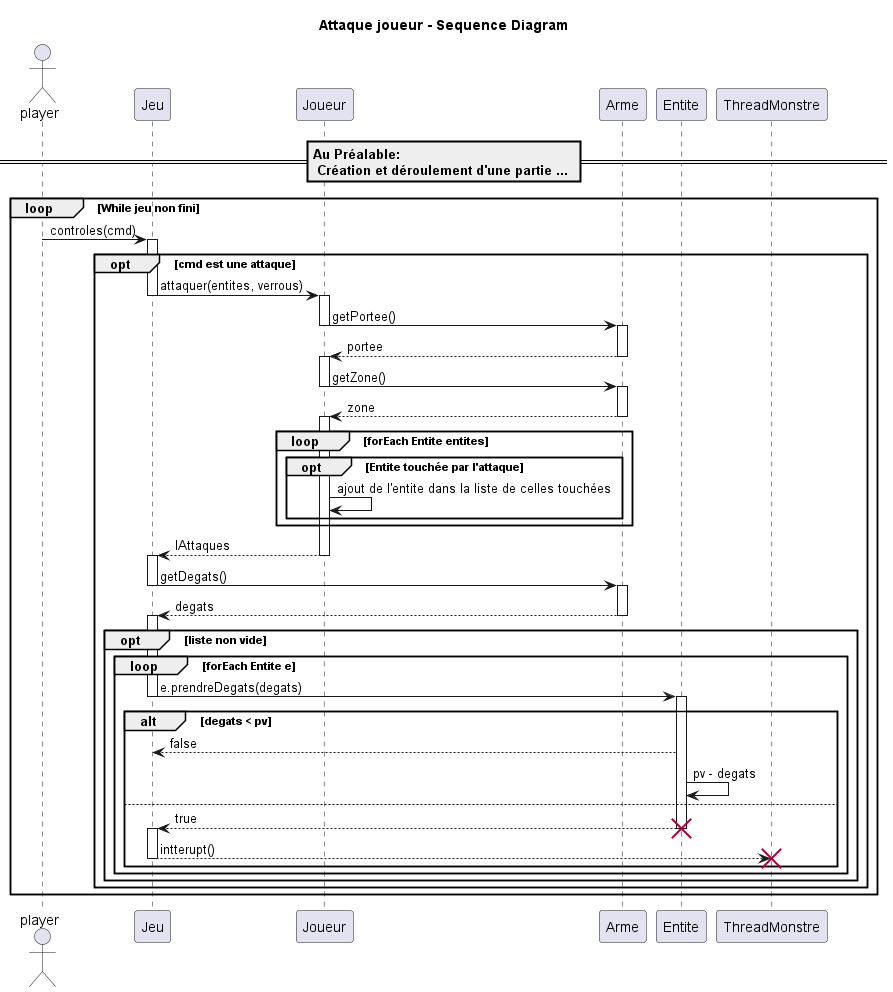
This is documents/sprint_2/diagramme_sequence/diagramme_attaque_joueur.png from rzepka2u/ACL_daedalus, a PlantUML export, as it was before one commit. Source of this version:
```plantuml
@startuml "Attack Player - Sequence Diagram"

title "Attaque joueur - Sequence Diagram"

actor player as player
== Au Préalable:\n Création et déroulement d'une partie ... ==
loop While jeu non fini
	player -> Jeu : controles(cmd)
	opt cmd est une attaque
		activate Jeu
		Jeu -> Joueur : attaquer(entites, verrous)
		deactivate Jeu
		activate Joueur
		Joueur -> Arme : getPortee()
		deactivate Joueur
		activate Arme
		Arme --> Joueur : portee
		deactivate Arme
		activate Joueur
		Joueur -> Arme : getZone()
		deactivate Joueur
		activate Arme
		Arme --> Joueur : zone
		deactivate Arme
		activate Joueur
		loop forEach Entite entites
			opt Entite touchée par l'attaque
				Joueur -> Joueur : ajout de l'entite dans la liste de celles touchées
			end
		end
		Joueur --> Jeu : lAttaques
		deactivate Joueur
		activate Jeu
		Jeu -> Arme : getDegats()
		deactivate Jeu
		activate Arme
		Arme --> Jeu : degats
		deactivate Arme
		activate Jeu
		opt liste non vide
			loop forEach Entite e
				Jeu -> Entite : e.prendreDegats(degats)
				deactivate Jeu
				activate Entite
				alt degats < pv
					Entite --> Jeu : false
					Entite -> Entite : pv - degats
				else
					Entite --> Jeu : true
					destroy Entite
					activate Jeu
					Jeu --> ThreadMonstre: intterupt()
					deactivate Jeu
					destroy ThreadMonstre
				end
			end
		end
	end
end
@enduml
```
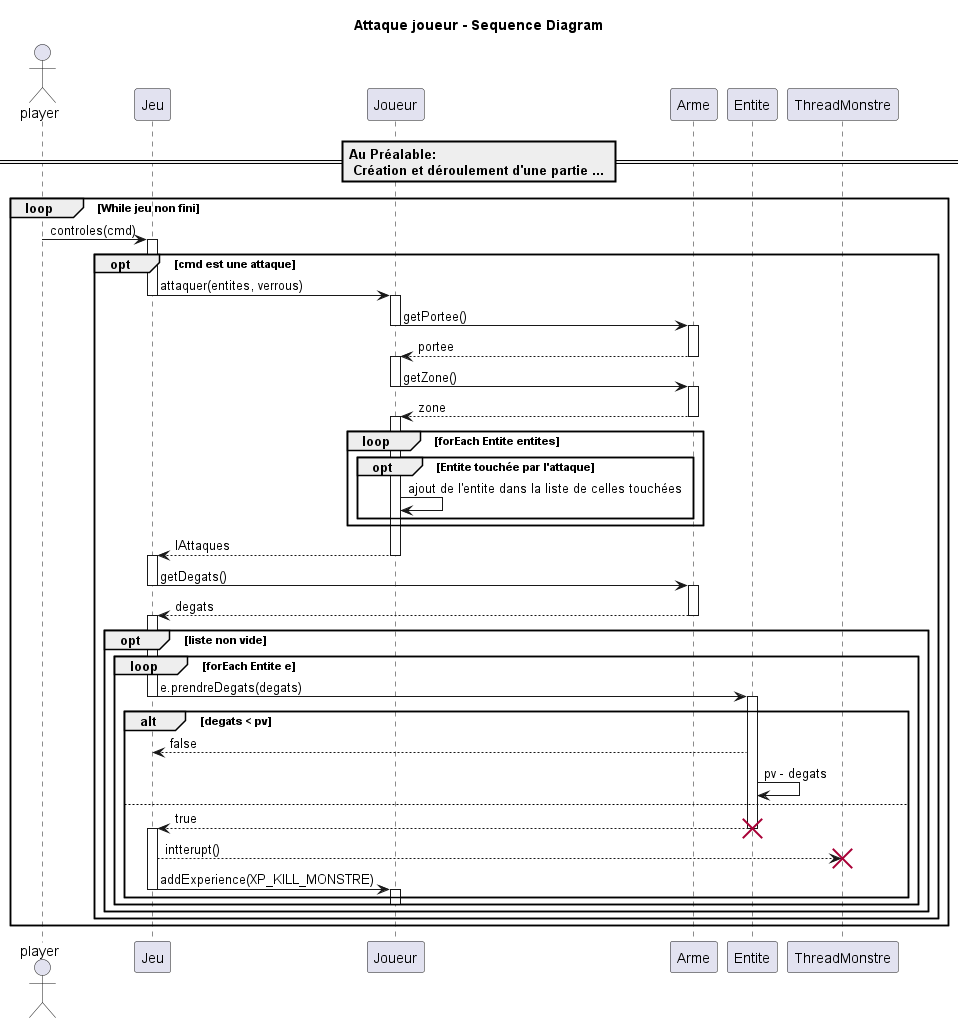
Above is the later version.

Change to the diagram source:
```diff
@@ -50,9 +50,12 @@
 					destroy Entite
 					activate Jeu
 					Jeu --> ThreadMonstre: intterupt()
+					destroy ThreadMonstre
+					Jeu -> Joueur: addExperience(XP_KILL_MONSTRE)
 					deactivate Jeu
-					destroy ThreadMonstre
+					activate Joueur
 				end
+				deactivate Joueur
 			end
 		end
 	end
```
